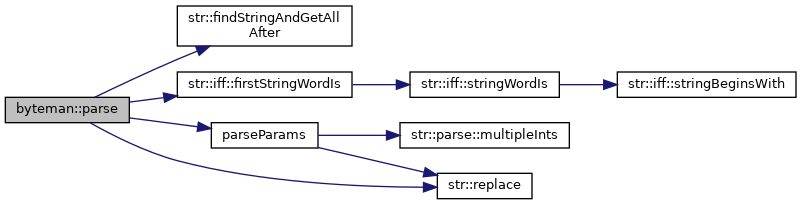
The Graphviz diagram classbyteman_a0ce0e992678e3f8b51cc5e01cea14ddb_cgraph.png in FPGA-Research-Manchester/byteman, before a commit. Its source is kept beside it as classbyteman_a0ce0e992678e3f8b51cc5e01cea14ddb_cgraph.dot.
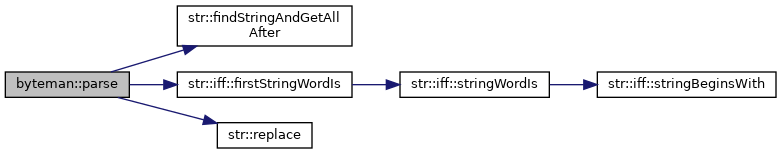
The same file after the commit.

Diff of the diagram source:
```diff
@@ -13,10 +13,5 @@
   Node4 -> Node5 [color="midnightblue",fontsize="10",style="solid",fontname="Helvetica"];
   Node5 [label="str::iff::stringBeginsWith",height=0.2,width=0.4,color="black", fillcolor="white", style="filled",URL="$namespacestr_1_1iff.html#a6d3613fc3d6e8d86b3041d6d225aa6b6",tooltip="Returns true if string checkedString's first characters match fully any of strings nextString or rest..."];
   Node1 -> Node6 [color="midnightblue",fontsize="10",style="solid",fontname="Helvetica"];
-  Node6 [label="parseParams",height=0.2,width=0.4,color="black", fillcolor="white", style="filled",URL="$inlineParseParams_8h.html#a7f22499069a08d35dfe2ec4697d03056",tooltip=" "];
-  Node6 -> Node7 [color="midnightblue",fontsize="10",style="solid",fontname="Helvetica"];
-  Node7 [label="str::parse::multipleInts",height=0.2,width=0.4,color="black", fillcolor="white", style="filled",URL="$namespacestr_1_1parse.html#a9f14cc7345a3fc0591a6afaf8033e6d1",tooltip=" "];
-  Node6 -> Node8 [color="midnightblue",fontsize="10",style="solid",fontname="Helvetica"];
-  Node8 [label="str::replace",height=0.2,width=0.4,color="black", fillcolor="white", style="filled",URL="$namespacestr.html#ac23568893d7dd0123ecfc9105c9f3a69",tooltip="Replaces all instances of oldChar in string str with newChar and returns the resulting string."];
-  Node1 -> Node8 [color="midnightblue",fontsize="10",style="solid",fontname="Helvetica"];
+  Node6 [label="str::replace",height=0.2,width=0.4,color="black", fillcolor="white", style="filled",URL="$namespacestr.html#ac23568893d7dd0123ecfc9105c9f3a69",tooltip="Replaces all instances of oldChar in string str with newChar and returns the resulting string."];
 }
```
